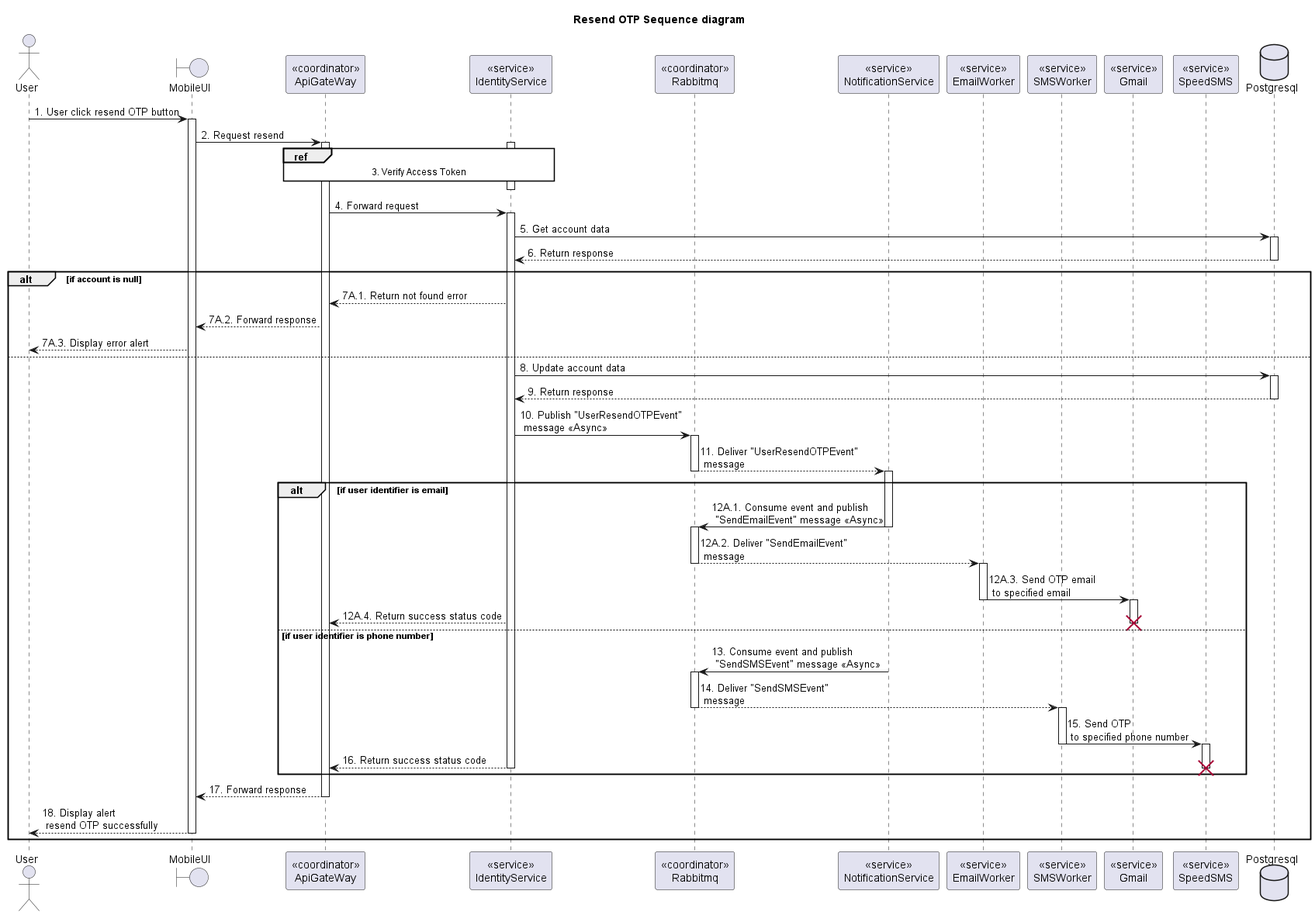
Carl-Johnsons/tastopia keeps this PlantUML diagram as doc/SDS/Identity/ResendOTP/Sequence.png. Above is the earlier version.
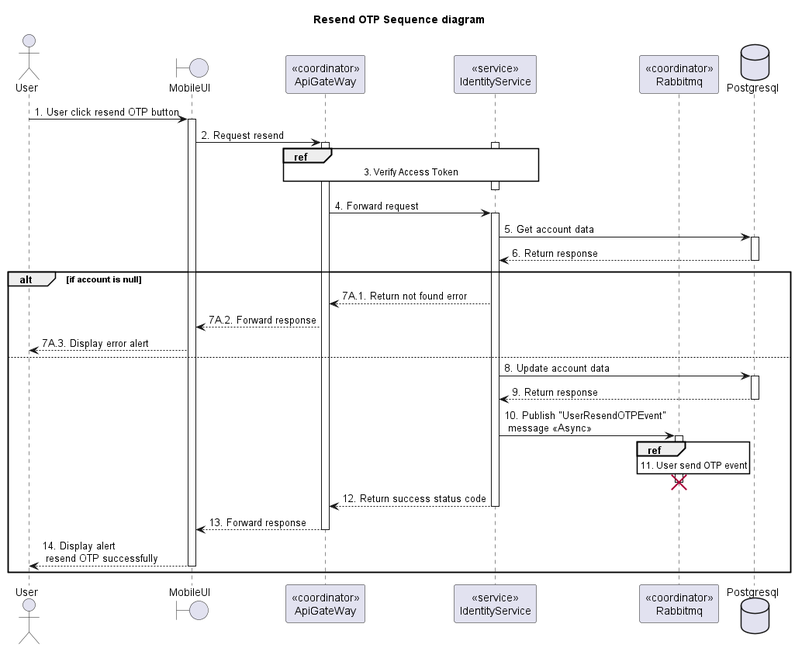
After the commit.

The edit, as a diff of the source:
```diff
@@ -14,13 +14,8 @@
 participant "<<coordinator>>\nApiGateWay" as ApiGateway
 participant "<<service>>\nIdentityService" as IdentityService
 participant "<<coordinator>>\nRabbitmq"  as Rabbitmq
-participant "<<service>>\nNotificationService" as NotificationService
-participant "<<service>>\nEmailWorker" as EmailWorker
-participant "<<service>>\nSMSWorker" as SMSWorker
-participant "<<service>>\nGmail" as Gmail
-participant "<<service>>\nSpeedSMS" as SpeedSMS
+database Postgresql
 
-database Postgresql
 User -> MobileUI++: 1. User click resend OTP button
 MobileUI -> ApiGateway++: 2. Request resend
 
@@ -42,41 +37,14 @@
   IdentityService <-- Postgresql--: 9. Return response
   IdentityService -> Rabbitmq: 10. Publish "UserResendOTPEvent"\n message <<Async>>
   activate Rabbitmq
-  Rabbitmq --> NotificationService: 11. Deliver "UserResendOTPEvent"\n message
+  ref over Rabbitmq: 11. User send OTP event
+  IdentityService -[hidden]-> Rabbitmq
   deactivate Rabbitmq
-  activate NotificationService
+  destroy Rabbitmq
 
-  alt if user identifier is email
-    NotificationService -> Rabbitmq: 12A.1. Consume event and publish \n "SendEmailEvent" message <<Async>>
-    deactivate NotificationService
-    activate Rabbitmq
-    Rabbitmq --> EmailWorker: 12A.2. Deliver "SendEmailEvent"\n message
-    deactivate Rabbitmq
-    activate EmailWorker
-    EmailWorker -> Gmail: 12A.3. Send OTP email\n to specified email
-    deactivate EmailWorker
-    activate Gmail
-
-    ApiGateway <-- IdentityService: 12A.4. Return success status code
-    deactivate Gmail
-    destroy Gmail
-  else if user identifier is phone number
-    NotificationService -> Rabbitmq: 13. Consume event and publish \n "SendSMSEvent" message <<Async>>
-    deactivate NotificationService
-    activate Rabbitmq
-    Rabbitmq --> SMSWorker: 14. Deliver "SendSMSEvent"\n message
-    deactivate Rabbitmq
-    activate SMSWorker
-    SMSWorker -> SpeedSMS: 15. Send OTP \n to specified phone number
-    deactivate SMSWorker
-    activate SpeedSMS
-
-    ApiGateway <-- IdentityService--: 16. Return success status code
-    deactivate SpeedSMS
-    destroy SpeedSMS
-  end
-  MobileUI <-- ApiGateway--: 17. Forward response
-  User <-- MobileUI--: 18. Display alert\n resend OTP successfully
+  ApiGateway <-- IdentityService--: 12. Return success status code
+  MobileUI <-- ApiGateway--: 13. Forward response
+  User <-- MobileUI--: 14. Display alert\n resend OTP successfully
 end
 
 @enduml
```
